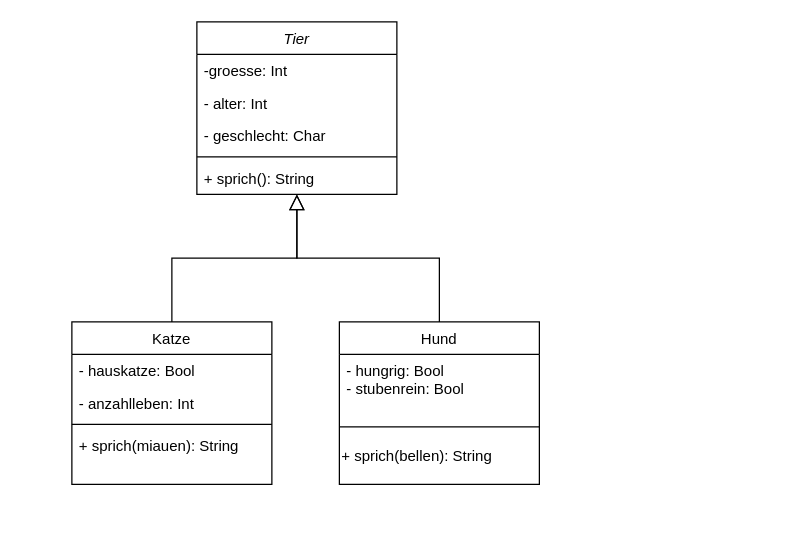
Above: Übg24.drawio in AndreasThum/UML-Notes (draw.io), before the change. Source tidied: cells renumbered, new cells numbered last; positions are measured from the earlier drawing's top-left corner, leaving out a move shared by most shapes. Both pictures are drawn from the tidied source at 125%, with x=0, y=0 at pixel (71, 21).
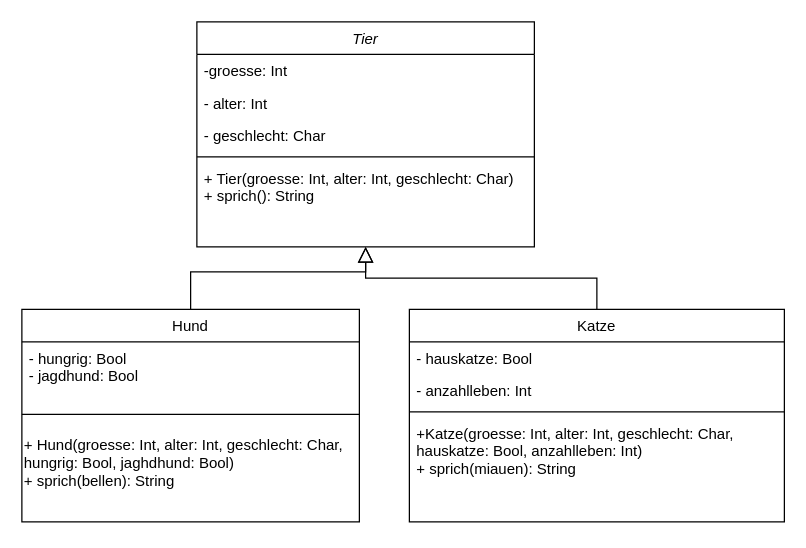
The same diagram, later.

The edit, as a diff of the source:
```diff
@@
     <mxCell id="2" value="Tier" style="swimlane;fontStyle=2;align=center;verticalAlign=top;horizontal=1;startSize=26;rounded=0;shadow=0;strokeWidth=1;" parent="1" vertex="1">
-      <mxGeometry x="100" width="160" height="138" as="geometry" />
+      <mxGeometry x="100" width="270" height="180" as="geometry" />
     </mxCell>
     <mxCell id="3" value="-groesse: Int" style="text;align=left;verticalAlign=top;spacingLeft=4;spacingRight=4;overflow=hidden;" parent="2" vertex="1">
-      <mxGeometry y="26" width="160" height="26" as="geometry" />
+      <mxGeometry y="26" width="270" height="26" as="geometry" />
     </mxCell>
     <mxCell id="4" value="- alter: Int" style="text;align=left;verticalAlign=top;spacingLeft=4;spacingRight=4;overflow=hidden;rounded=0;shadow=0;html=0;" parent="2" vertex="1">
-      <mxGeometry y="52" width="160" height="26" as="geometry" />
+      <mxGeometry y="52" width="270" height="26" as="geometry" />
     </mxCell>
     <mxCell id="5" value="- geschlecht: Char" style="text;align=left;verticalAlign=top;spacingLeft=4;spacingRight=4;overflow=hidden;rounded=0;shadow=0;html=0;" parent="2" vertex="1">
-      <mxGeometry y="78" width="160" height="26" as="geometry" />
+      <mxGeometry y="78" width="270" height="26" as="geometry" />
     </mxCell>
     <mxCell id="6" style="line;html=1;strokeWidth=1;align=left;verticalAlign=middle;spacingTop=-1;spacingLeft=3;spacingRight=3;labelPosition=right;" parent="2" vertex="1">
-      <mxGeometry y="104" width="160" height="8" as="geometry" />
+      <mxGeometry y="104" width="270" height="8" as="geometry" />
     </mxCell>
-    <mxCell id="7" value="+ sprich(): String" style="text;align=left;verticalAlign=top;spacingLeft=4;spacingRight=4;overflow=hidden;" parent="2" vertex="1">
-      <mxGeometry y="112" width="160" height="26" as="geometry" />
+    <mxCell id="7" value="+ Tier(groesse: Int, alter: Int, geschlecht: Char)&#10;+ sprich(): String" style="text;align=left;verticalAlign=top;spacingLeft=4;spacingRight=4;overflow=hidden;" parent="2" vertex="1">
+      <mxGeometry y="112" width="270" height="68" as="geometry" />
     </mxCell>
     <mxCell id="8" value="Katze" style="swimlane;fontStyle=0;align=center;verticalAlign=top;horizontal=1;startSize=26;rounded=0;shadow=0;strokeWidth=1;" parent="1" vertex="1">
-      <mxGeometry y="240" width="160" height="130" as="geometry" />
+      <mxGeometry x="270" y="230" width="300" height="170" as="geometry" />
     </mxCell>
     <mxCell id="9" value="- hauskatze: Bool" style="text;align=left;verticalAlign=top;spacingLeft=4;spacingRight=4;overflow=hidden;" parent="8" vertex="1">
-      <mxGeometry y="26" width="160" height="26" as="geometry" />
+      <mxGeometry y="26" width="300" height="26" as="geometry" />
     </mxCell>
     <mxCell id="10" value="- anzahlleben: Int&#10;&#10;" style="text;align=left;verticalAlign=top;spacingLeft=4;spacingRight=4;overflow=hidden;rounded=0;shadow=0;html=0;" parent="8" vertex="1">
-      <mxGeometry y="52" width="160" height="26" as="geometry" />
+      <mxGeometry y="52" width="300" height="26" as="geometry" />
     </mxCell>
     <mxCell id="11" style="line;html=1;strokeWidth=1;align=left;verticalAlign=middle;spacingTop=-1;spacingLeft=3;spacingRight=3;labelPosition=right;" parent="8" vertex="1">
-      <mxGeometry y="78" width="160" height="8" as="geometry" />
+      <mxGeometry y="78" width="300" height="8" as="geometry" />
     </mxCell>
-    <mxCell id="12" value="+ sprich(miauen): String" style="text;align=left;verticalAlign=top;spacingLeft=4;spacingRight=4;overflow=hidden;fontStyle=0;" parent="8" vertex="1">
-      <mxGeometry y="86" width="160" height="26" as="geometry" />
+    <mxCell id="12" value="+Katze(groesse: Int, alter: Int, geschlecht: Char, &#10;hauskatze: Bool, anzahlleben: Int)&#10;+ sprich(miauen): String" style="text;align=left;verticalAlign=top;spacingLeft=4;spacingRight=4;overflow=hidden;fontStyle=0;" parent="8" vertex="1">
+      <mxGeometry y="86" width="300" height="84" as="geometry" />
     </mxCell>
@@
     <mxCell id="14" value="Hund" style="swimlane;fontStyle=0;align=center;verticalAlign=top;horizontal=1;startSize=26;rounded=0;shadow=0;strokeWidth=1;" parent="1" vertex="1">
-      <mxGeometry x="214" y="240" width="160" height="130" as="geometry" />
+      <mxGeometry x="-40" y="230" width="270" height="170" as="geometry" />
     </mxCell>
-    <mxCell id="15" value="- hungrig: Bool&#10;- stubenrein: Bool" style="text;align=left;verticalAlign=top;spacingLeft=4;spacingRight=4;overflow=hidden;" parent="14" vertex="1">
-      <mxGeometry y="26" width="160" height="44" as="geometry" />
+    <mxCell id="15" value="- hungrig: Bool&#10;- jagdhund: Bool" style="text;align=left;verticalAlign=top;spacingLeft=4;spacingRight=4;overflow=hidden;" parent="14" vertex="1">
+      <mxGeometry y="26" width="270" height="44" as="geometry" />
     </mxCell>
     <mxCell id="16" style="line;html=1;strokeWidth=1;align=left;verticalAlign=middle;spacingTop=-1;spacingLeft=3;spacingRight=3;labelPosition=right;" parent="14" vertex="1">
-      <mxGeometry y="70" width="160" height="28" as="geometry" />
+      <mxGeometry y="70" width="270" height="28" as="geometry" />
     </mxCell>
-    <mxCell id="17" value="+ sprich(bellen): String" style="text;html=1;align=left;verticalAlign=middle;" parent="14" vertex="1">
-      <mxGeometry y="98" width="160" height="20" as="geometry" />
+    <mxCell id="17" value="+ Hund(groesse: Int, alter: Int, geschlecht: Char, &lt;br&gt;hungrig: Bool, jaghdhund: Bool)&lt;div&gt;+ sprich(bellen): String&lt;/div&gt;" style="text;html=1;align=left;verticalAlign=middle;" parent="14" vertex="1">
+      <mxGeometry y="98" width="270" height="50" as="geometry" />
     </mxCell>
     <mxCell id="18" style="endArrow=block;endSize=10;endFill=0;shadow=0;strokeWidth=1;rounded=0;edgeStyle=elbowEdgeStyle;elbow=vertical;" parent="1" edge="1" source="14" target="2">
-      <mxGeometry relative="1" as="geometry" />
+      <mxGeometry relative="1" as="geometry">
+        <Array as="points">
+          <mxPoint x="235" y="200" />
+        </Array>
+      </mxGeometry>
     </mxCell>
```
